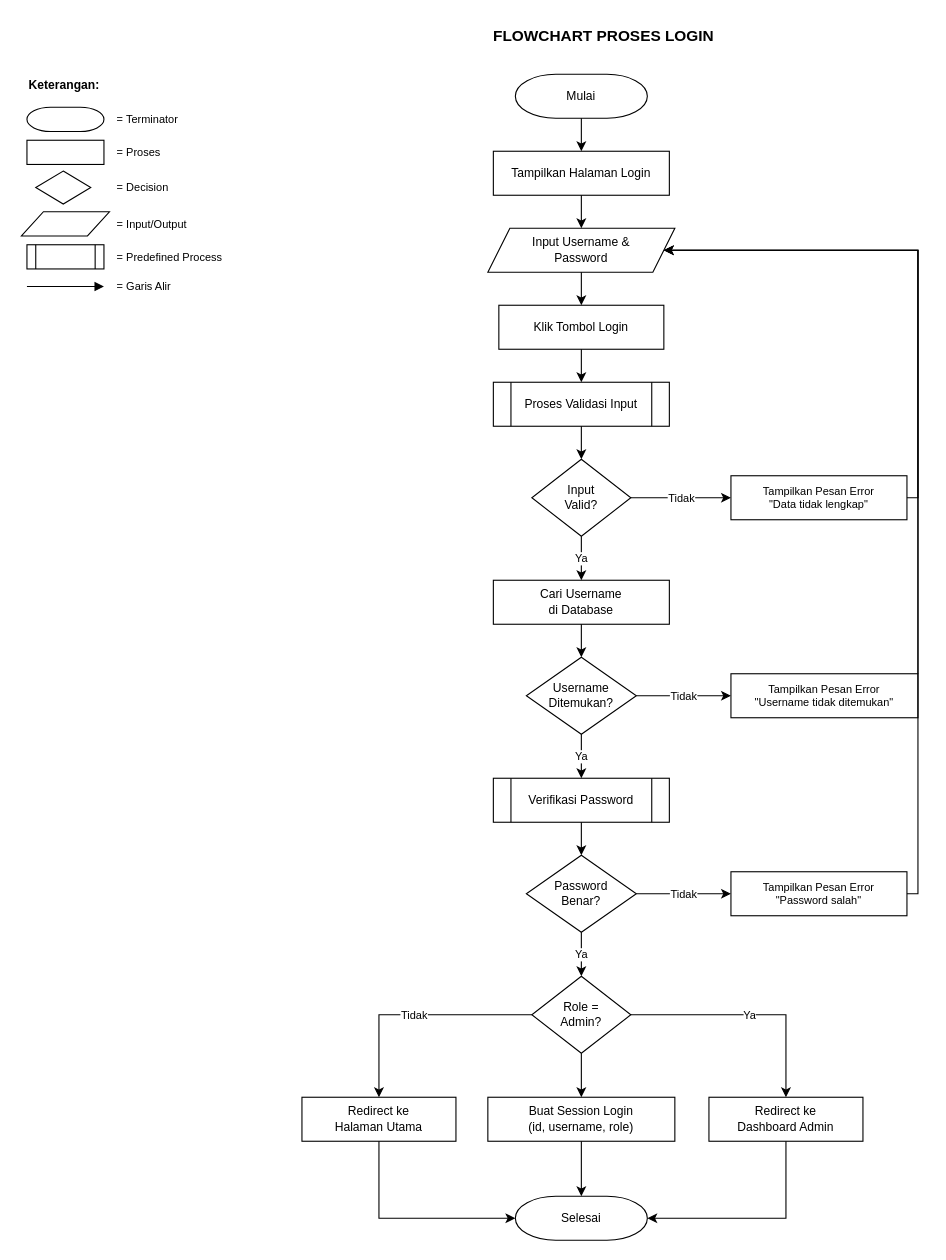
Earlier version of the draw.io diagram diagram/flowchart/flowchart_login.drawio (NarmadaWeb/pakar-jagung). Source tidied: cells renumbered, new cells numbered last; positions are measured from the earlier drawing's top-left corner, leaving out a move shared by most shapes. Both pictures are drawn from the tidied source at 110%, with x=0, y=0 at pixel (21, 19).
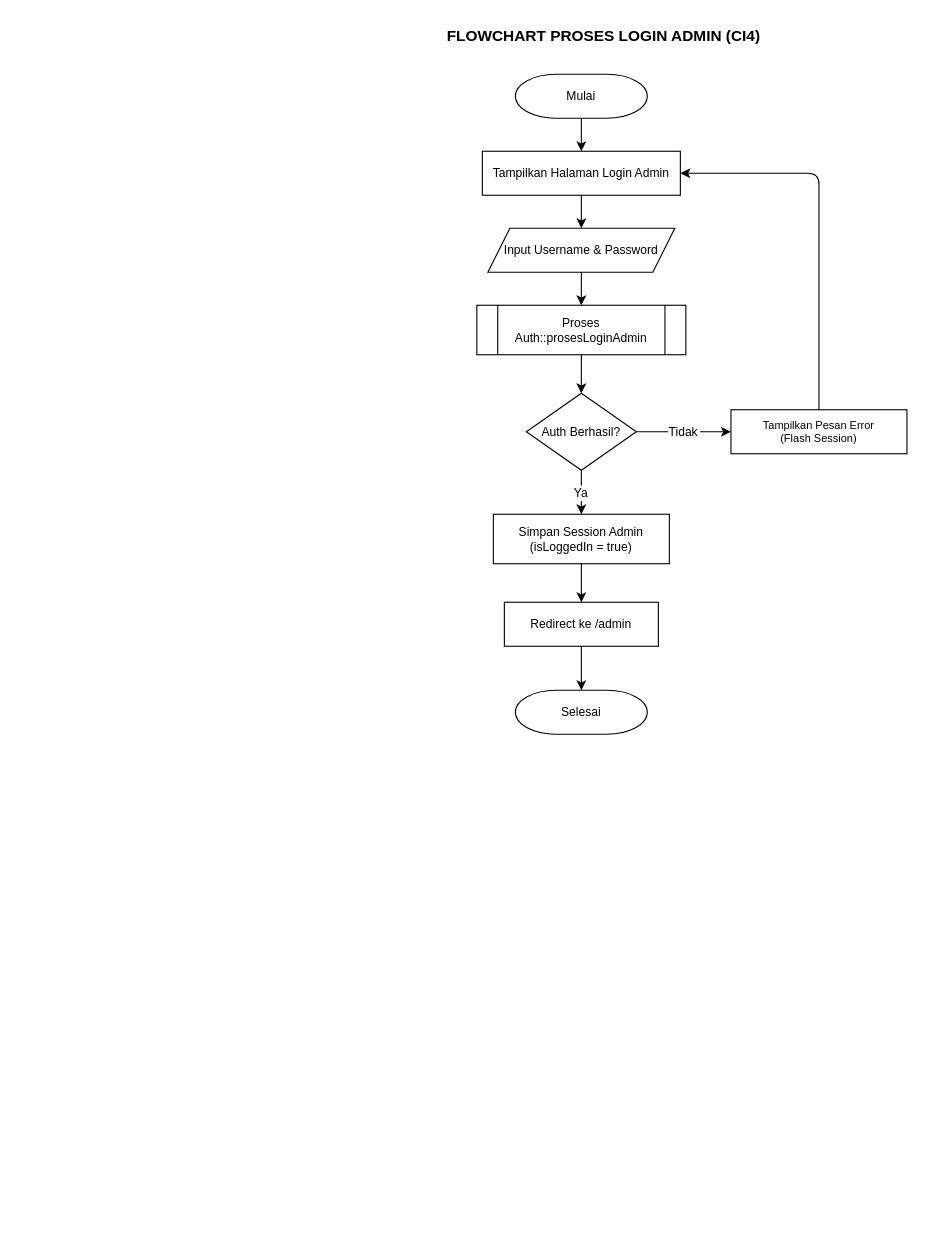
After the change.

The change refers to these unchanged cells:
```xml
<mxCell id="3" value="Mulai" style="shape=mxgraph.flowchart.terminator;whiteSpace=wrap;html=1;fillColor=#FFFFFF;strokeColor=#000000;fontSize=11;" parent="1" vertex="1">
  <mxGeometry x="449" y="50" width="120" height="40" as="geometry" />
</mxCell>
```

Diff of the diagram source:
```diff
@@
-    <mxCell id="2" value="FLOWCHART PROSES LOGIN" style="text;html=1;strokeColor=none;fillColor=none;align=center;verticalAlign=middle;fontSize=14;fontStyle=1;fontColor=#000000;" parent="1" vertex="1">
+    <mxCell id="2" value="FLOWCHART PROSES LOGIN ADMIN (CI4)" style="text;html=1;strokeColor=none;fillColor=none;align=center;verticalAlign=middle;fontSize=14;fontStyle=1;fontColor=#000000;" parent="1" vertex="1">
       <mxGeometry x="329" width="400" height="30" as="geometry" />
     </mxCell>
@@
-    <mxCell id="4" value="Tampilkan Halaman Login" style="rounded=0;whiteSpace=wrap;html=1;fillColor=#FFFFFF;strokeColor=#000000;fontSize=11;" parent="1" vertex="1">
-      <mxGeometry x="429" y="120" width="160" height="40" as="geometry" />
+    <mxCell id="4" value="Tampilkan Halaman Login Admin" style="rounded=0;whiteSpace=wrap;html=1;fillColor=#FFFFFF;strokeColor=#000000;fontSize=11;" parent="1" vertex="1">
+      <mxGeometry x="419" y="120" width="180" height="40" as="geometry" />
     </mxCell>
-    <mxCell id="5" value="Input Username &amp;&#10;Password" style="shape=parallelogram;perimeter=parallelogramPerimeter;whiteSpace=wrap;html=1;fillColor=#FFFFFF;strokeColor=#000000;fontSize=11;fixedSize=1;" parent="1" vertex="1">
+    <mxCell id="5" value="Input Username &amp; Password" style="shape=parallelogram;perimeter=parallelogramPerimeter;whiteSpace=wrap;html=1;fillColor=#FFFFFF;strokeColor=#000000;fontSize=11;fixedSize=1;" parent="1" vertex="1">
       <mxGeometry x="424" y="190" width="170" height="40" as="geometry" />
     </mxCell>
-    <mxCell id="6" value="Klik Tombol Login" style="rounded=0;whiteSpace=wrap;html=1;fillColor=#FFFFFF;strokeColor=#000000;fontSize=11;" parent="1" vertex="1">
-      <mxGeometry x="434" y="260" width="150" height="40" as="geometry" />
-    </mxCell>
-    <mxCell id="7" value="Proses Validasi Input" style="shape=process;whiteSpace=wrap;html=1;fillColor=#FFFFFF;strokeColor=#000000;fontSize=11;size=0.1;" parent="1" vertex="1">
-      <mxGeometry x="429" y="330" width="160" height="40" as="geometry" />
+    <mxCell id="7" value="Proses Auth::prosesLoginAdmin" style="shape=process;whiteSpace=wrap;html=1;fillColor=#FFFFFF;strokeColor=#000000;fontSize=11;size=0.1;" parent="1" vertex="1">
+      <mxGeometry x="414" y="260" width="190" height="45" as="geometry" />
     </mxCell>
-    <mxCell id="8" value="Input&#10;Valid?" style="rhombus;whiteSpace=wrap;html=1;fillColor=#FFFFFF;strokeColor=#000000;fontSize=11;" parent="1" vertex="1">
-      <mxGeometry x="464" y="400" width="90" height="70" as="geometry" />
-    </mxCell>
-    <mxCell id="9" value="Tampilkan Pesan Error&#10;&quot;Data tidak lengkap&quot;" style="rounded=0;whiteSpace=wrap;html=1;fillColor=#FFFFFF;strokeColor=#000000;fontSize=10;" parent="1" vertex="1">
-      <mxGeometry x="645" y="415" width="160" height="40" as="geometry" />
-    </mxCell>
-    <mxCell id="10" value="Cari Username&#10;di Database" style="rounded=0;whiteSpace=wrap;html=1;fillColor=#FFFFFF;strokeColor=#000000;fontSize=11;" parent="1" vertex="1">
-      <mxGeometry x="429" y="510" width="160" height="40" as="geometry" />
-    </mxCell>
-    <mxCell id="11" value="Username&#10;Ditemukan?" style="rhombus;whiteSpace=wrap;html=1;fillColor=#FFFFFF;strokeColor=#000000;fontSize=11;" parent="1" vertex="1">
-      <mxGeometry x="459" y="580" width="100" height="70" as="geometry" />
-    </mxCell>
-    <mxCell id="12" value="Tampilkan Pesan Error&#10;&quot;Username tidak ditemukan&quot;" style="rounded=0;whiteSpace=wrap;html=1;fillColor=#FFFFFF;strokeColor=#000000;fontSize=10;" parent="1" vertex="1">
-      <mxGeometry x="645" y="595" width="170" height="40" as="geometry" />
-    </mxCell>
-    <mxCell id="13" value="Verifikasi Password" style="shape=process;whiteSpace=wrap;html=1;fillColor=#FFFFFF;strokeColor=#000000;fontSize=11;size=0.1;" parent="1" vertex="1">
-      <mxGeometry x="429" y="690" width="160" height="40" as="geometry" />
-    </mxCell>
-    <mxCell id="14" value="Password&#10;Benar?" style="rhombus;whiteSpace=wrap;html=1;fillColor=#FFFFFF;strokeColor=#000000;fontSize=11;" parent="1" vertex="1">
-      <mxGeometry x="459" y="760" width="100" height="70" as="geometry" />
-    </mxCell>
-    <mxCell id="15" value="Tampilkan Pesan Error&#10;&quot;Password salah&quot;" style="rounded=0;whiteSpace=wrap;html=1;fillColor=#FFFFFF;strokeColor=#000000;fontSize=10;" parent="1" vertex="1">
-      <mxGeometry x="645" y="775" width="160" height="40" as="geometry" />
-    </mxCell>
-    <mxCell id="16" value="Role =&#10;Admin?" style="rhombus;whiteSpace=wrap;html=1;fillColor=#FFFFFF;strokeColor=#000000;fontSize=11;" parent="1" vertex="1">
-      <mxGeometry x="464" y="870" width="90" height="70" as="geometry" />
-    </mxCell>
+    <mxCell id="56" value="Auth Berhasil?" style="rhombus;whiteSpace=wrap;html=1;fillColor=#FFFFFF;strokeColor=#000000;fontSize=11;" parent="1" vertex="1">
+      <mxGeometry x="459" y="340" width="100" height="70" as="geometry" />
+    </mxCell>
+    <mxCell id="57" value="Tampilkan Pesan Error&#10;(Flash Session)" style="rounded=0;whiteSpace=wrap;html=1;fillColor=#FFFFFF;strokeColor=#000000;fontSize=10;" parent="1" vertex="1">
+      <mxGeometry x="645" y="355" width="160" height="40" as="geometry" />
+    </mxCell>
-    <mxCell id="17" value="Buat Session Login&#10;(id, username, role)" style="rounded=0;whiteSpace=wrap;html=1;fillColor=#FFFFFF;strokeColor=#000000;fontSize=11;" parent="1" vertex="1">
-      <mxGeometry x="424" y="980" width="170" height="40" as="geometry" />
+    <mxCell id="17" value="Simpan Session Admin&#10;(isLoggedIn = true)" style="rounded=0;whiteSpace=wrap;html=1;fillColor=#FFFFFF;strokeColor=#000000;fontSize=11;" parent="1" vertex="1">
+      <mxGeometry x="429" y="450" width="160" height="45" as="geometry" />
     </mxCell>
-    <mxCell id="18" value="Redirect ke&#10;Dashboard Admin" style="rounded=0;whiteSpace=wrap;html=1;fillColor=#FFFFFF;strokeColor=#000000;fontSize=11;" parent="1" vertex="1">
-      <mxGeometry x="625" y="980" width="140" height="40" as="geometry" />
+    <mxCell id="18" value="Redirect ke /admin" style="rounded=0;whiteSpace=wrap;html=1;fillColor=#FFFFFF;strokeColor=#000000;fontSize=11;" parent="1" vertex="1">
+      <mxGeometry x="439" y="530" width="140" height="40" as="geometry" />
     </mxCell>
-    <mxCell id="19" value="Redirect ke&#10;Halaman Utama" style="rounded=0;whiteSpace=wrap;html=1;fillColor=#FFFFFF;strokeColor=#000000;fontSize=11;" parent="1" vertex="1">
-      <mxGeometry x="255" y="980" width="140" height="40" as="geometry" />
-    </mxCell>
     <mxCell id="20" value="Selesai" style="shape=mxgraph.flowchart.terminator;whiteSpace=wrap;html=1;fillColor=#FFFFFF;strokeColor=#000000;fontSize=11;" parent="1" vertex="1">
-      <mxGeometry x="449" y="1070" width="120" height="40" as="geometry" />
+      <mxGeometry x="449" y="610" width="120" height="40" as="geometry" />
     </mxCell>
-    <mxCell id="21" style="edgeStyle=orthogonalEdgeStyle;rounded=0;html=1;strokeColor=#000000;" parent="1" edge="1" source="3" target="4">
+    <mxCell id="21" parent="1" edge="1" source="3" target="4">
       <mxGeometry relative="1" as="geometry" />
     </mxCell>
-    <mxCell id="22" style="edgeStyle=orthogonalEdgeStyle;rounded=0;html=1;strokeColor=#000000;" parent="1" edge="1" source="4" target="5">
+    <mxCell id="22" parent="1" edge="1" source="4" target="5">
       <mxGeometry relative="1" as="geometry" />
     </mxCell>
-    <mxCell id="23" style="edgeStyle=orthogonalEdgeStyle;rounded=0;html=1;strokeColor=#000000;" parent="1" edge="1" source="5" target="6">
+    <mxCell id="23" parent="1" edge="1" source="5" target="7">
       <mxGeometry relative="1" as="geometry" />
     </mxCell>
-    <mxCell id="24" style="edgeStyle=orthogonalEdgeStyle;rounded=0;html=1;strokeColor=#000000;" parent="1" edge="1" source="6" target="7">
+    <mxCell id="24" parent="1" edge="1" source="7" target="56">
       <mxGeometry relative="1" as="geometry" />
     </mxCell>
-    <mxCell id="25" style="edgeStyle=orthogonalEdgeStyle;rounded=0;html=1;strokeColor=#000000;" parent="1" edge="1" source="7" target="8">
+    <mxCell id="25" value="Tidak" parent="1" edge="1" source="56" target="57">
       <mxGeometry relative="1" as="geometry" />
     </mxCell>
-    <mxCell id="26" value="Tidak" style="edgeStyle=orthogonalEdgeStyle;rounded=0;html=1;strokeColor=#000000;fontSize=10;" parent="1" edge="1" source="8" target="9">
-      <mxGeometry relative="1" as="geometry" />
+    <mxCell id="26" parent="1" edge="1" source="57" target="4">
+      <mxGeometry relative="1" as="geometry">
+        <Array as="points">
+          <mxPoint x="725" y="140" />
+        </Array>
+      </mxGeometry>
     </mxCell>
-    <mxCell id="27" style="edgeStyle=orthogonalEdgeStyle;rounded=0;html=1;strokeColor=#000000;" parent="1" edge="1" source="9" target="5">
-      <mxGeometry relative="1" as="geometry">
-        <Array as="points">
-          <mxPoint x="815" y="435" />
-          <mxPoint x="815" y="210" />
-        </Array>
-      </mxGeometry>
-    </mxCell>
-    <mxCell id="28" value="Ya" style="edgeStyle=orthogonalEdgeStyle;rounded=0;html=1;strokeColor=#000000;fontSize=10;" parent="1" edge="1" source="8" target="10">
+    <mxCell id="28" value="Ya" parent="1" edge="1" source="56" target="17">
       <mxGeometry relative="1" as="geometry" />
     </mxCell>
-    <mxCell id="29" style="edgeStyle=orthogonalEdgeStyle;rounded=0;html=1;strokeColor=#000000;" parent="1" edge="1" source="10" target="11">
+    <mxCell id="29" parent="1" edge="1" source="17" target="18">
       <mxGeometry relative="1" as="geometry" />
     </mxCell>
-    <mxCell id="30" value="Tidak" style="edgeStyle=orthogonalEdgeStyle;rounded=0;html=1;strokeColor=#000000;fontSize=10;" parent="1" edge="1" source="11" target="12">
+    <mxCell id="30" parent="1" edge="1" source="18" target="20">
       <mxGeometry relative="1" as="geometry" />
     </mxCell>
-    <mxCell id="31" style="edgeStyle=orthogonalEdgeStyle;rounded=0;html=1;strokeColor=#000000;" parent="1" edge="1" source="12" target="5">
-      <mxGeometry relative="1" as="geometry">
-        <Array as="points">
-          <mxPoint x="815" y="615" />
-          <mxPoint x="815" y="210" />
-        </Array>
-      </mxGeometry>
-    </mxCell>
-    <mxCell id="32" value="Ya" style="edgeStyle=orthogonalEdgeStyle;rounded=0;html=1;strokeColor=#000000;fontSize=10;" parent="1" edge="1" source="11" target="13">
-      <mxGeometry relative="1" as="geometry" />
-    </mxCell>
-    <mxCell id="33" style="edgeStyle=orthogonalEdgeStyle;rounded=0;html=1;strokeColor=#000000;" parent="1" edge="1" source="13" target="14">
-      <mxGeometry relative="1" as="geometry" />
-    </mxCell>
-    <mxCell id="34" value="Tidak" style="edgeStyle=orthogonalEdgeStyle;rounded=0;html=1;strokeColor=#000000;fontSize=10;" parent="1" edge="1" source="14" target="15">
-      <mxGeometry relative="1" as="geometry" />
-    </mxCell>
-    <mxCell id="35" style="edgeStyle=orthogonalEdgeStyle;rounded=0;html=1;strokeColor=#000000;" parent="1" edge="1" source="15" target="5">
-      <mxGeometry relative="1" as="geometry">
-        <Array as="points">
-          <mxPoint x="815" y="795" />
-          <mxPoint x="815" y="210" />
-        </Array>
-      </mxGeometry>
-    </mxCell>
-    <mxCell id="36" value="Ya" style="edgeStyle=orthogonalEdgeStyle;rounded=0;html=1;strokeColor=#000000;fontSize=10;" parent="1" edge="1" source="14" target="16">
-      <mxGeometry relative="1" as="geometry" />
-    </mxCell>
-    <mxCell id="37" style="edgeStyle=orthogonalEdgeStyle;rounded=0;html=1;strokeColor=#000000;" parent="1" edge="1" source="16" target="17">
-      <mxGeometry relative="1" as="geometry" />
-    </mxCell>
-    <mxCell id="38" value="Ya" style="edgeStyle=orthogonalEdgeStyle;rounded=0;html=1;strokeColor=#000000;fontSize=10;" parent="1" edge="1" source="16" target="18">
-      <mxGeometry relative="1" as="geometry">
-        <Array as="points">
-          <mxPoint x="695" y="905" />
-        </Array>
-      </mxGeometry>
-    </mxCell>
-    <mxCell id="39" value="Tidak" style="edgeStyle=orthogonalEdgeStyle;rounded=0;html=1;strokeColor=#000000;fontSize=10;" parent="1" edge="1" source="16" target="19">
-      <mxGeometry relative="1" as="geometry">
-        <Array as="points">
-          <mxPoint x="325" y="905" />
-        </Array>
-      </mxGeometry>
-    </mxCell>
-    <mxCell id="40" style="edgeStyle=orthogonalEdgeStyle;rounded=0;html=1;strokeColor=#000000;" parent="1" edge="1" source="18" target="20">
-      <mxGeometry relative="1" as="geometry">
-        <Array as="points">
-          <mxPoint x="695" y="1090" />
-        </Array>
-      </mxGeometry>
-    </mxCell>
-    <mxCell id="41" style="edgeStyle=orthogonalEdgeStyle;rounded=0;html=1;strokeColor=#000000;" parent="1" edge="1" source="19" target="20">
-      <mxGeometry relative="1" as="geometry">
-        <Array as="points">
-          <mxPoint x="325" y="1090" />
-        </Array>
-      </mxGeometry>
-    </mxCell>
-    <mxCell id="42" style="edgeStyle=orthogonalEdgeStyle;rounded=0;html=1;strokeColor=#000000;" parent="1" edge="1" source="17" target="20">
-      <mxGeometry relative="1" as="geometry" />
-    </mxCell>
-    <mxCell id="43" value="Keterangan:" style="text;html=1;strokeColor=none;fillColor=none;align=left;verticalAlign=middle;fontSize=11;fontStyle=1;" parent="1" vertex="1">
-      <mxGeometry x="5" y="50" width="100" height="20" as="geometry" />
-    </mxCell>
-    <mxCell id="44" style="shape=mxgraph.flowchart.terminator;whiteSpace=wrap;html=1;fillColor=#FFFFFF;strokeColor=#000000;" parent="1" vertex="1">
-      <mxGeometry x="5" y="80" width="70" height="22" as="geometry" />
-    </mxCell>
-    <mxCell id="45" value="= Terminator" style="text;html=1;strokeColor=none;fillColor=none;align=left;verticalAlign=middle;fontSize=10;" parent="1" vertex="1">
-      <mxGeometry x="85" y="80" width="120" height="22" as="geometry" />
-    </mxCell>
-    <mxCell id="46" style="rounded=0;whiteSpace=wrap;html=1;fillColor=#FFFFFF;strokeColor=#000000;" parent="1" vertex="1">
-      <mxGeometry x="5" y="110" width="70" height="22" as="geometry" />
-    </mxCell>
-    <mxCell id="47" value="= Proses" style="text;html=1;strokeColor=none;fillColor=none;align=left;verticalAlign=middle;fontSize=10;" parent="1" vertex="1">
-      <mxGeometry x="85" y="110" width="120" height="22" as="geometry" />
-    </mxCell>
-    <mxCell id="48" style="rhombus;whiteSpace=wrap;html=1;fillColor=#FFFFFF;strokeColor=#000000;" parent="1" vertex="1">
-      <mxGeometry x="13" y="138" width="50" height="30" as="geometry" />
-    </mxCell>
-    <mxCell id="49" value="= Decision" style="text;html=1;strokeColor=none;fillColor=none;align=left;verticalAlign=middle;fontSize=10;" parent="1" vertex="1">
-      <mxGeometry x="85" y="142" width="120" height="22" as="geometry" />
-    </mxCell>
-    <mxCell id="50" style="shape=parallelogram;perimeter=parallelogramPerimeter;whiteSpace=wrap;html=1;fillColor=#FFFFFF;strokeColor=#000000;fixedSize=1;" parent="1" vertex="1">
-      <mxGeometry y="175" width="80" height="22" as="geometry" />
-    </mxCell>
-    <mxCell id="51" value="= Input/Output" style="text;html=1;strokeColor=none;fillColor=none;align=left;verticalAlign=middle;fontSize=10;" parent="1" vertex="1">
-      <mxGeometry x="85" y="175" width="120" height="22" as="geometry" />
-    </mxCell>
-    <mxCell id="52" style="shape=process;whiteSpace=wrap;html=1;fillColor=#FFFFFF;strokeColor=#000000;size=0.12;" parent="1" vertex="1">
-      <mxGeometry x="5" y="205" width="70" height="22" as="geometry" />
-    </mxCell>
-    <mxCell id="53" value="= Predefined Process" style="text;html=1;strokeColor=none;fillColor=none;align=left;verticalAlign=middle;fontSize=10;" parent="1" vertex="1">
-      <mxGeometry x="85" y="205" width="150" height="22" as="geometry" />
-    </mxCell>
-    <mxCell id="54" style="endArrow=block;html=1;strokeColor=#000000;endFill=1;" parent="1" edge="1">
-      <mxGeometry relative="1" as="geometry">
-        <mxPoint x="5" y="243" as="sourcePoint" />
-        <mxPoint x="75" y="243" as="targetPoint" />
-      </mxGeometry>
-    </mxCell>
-    <mxCell id="55" value="= Garis Alir" style="text;html=1;strokeColor=none;fillColor=none;align=left;verticalAlign=middle;fontSize=10;" parent="1" vertex="1">
-      <mxGeometry x="85" y="232" width="120" height="22" as="geometry" />
-    </mxCell>
```
